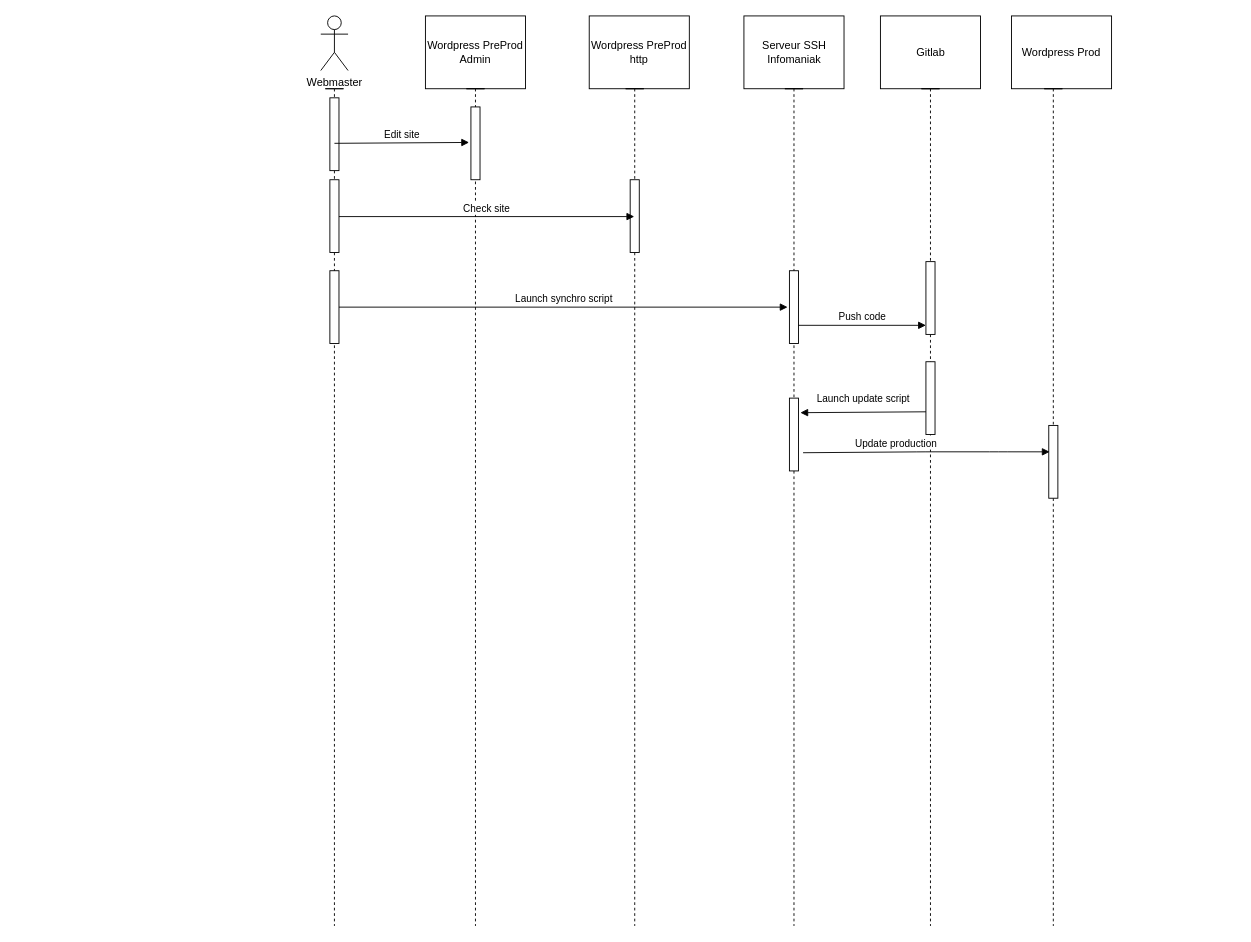
Before: gm_diagram/wordkflow-wordpress-preprod-variant.drawio in Xaviou1003/uml_diagram_draw, a draw.io diagram. Source tidied: cells renumbered, new cells numbered last; positions are measured from the earlier drawing's top-left corner, leaving out a move shared by most shapes. Both pictures are drawn from the tidied source at 91%, with x=0, y=0 at pixel (320, 15).
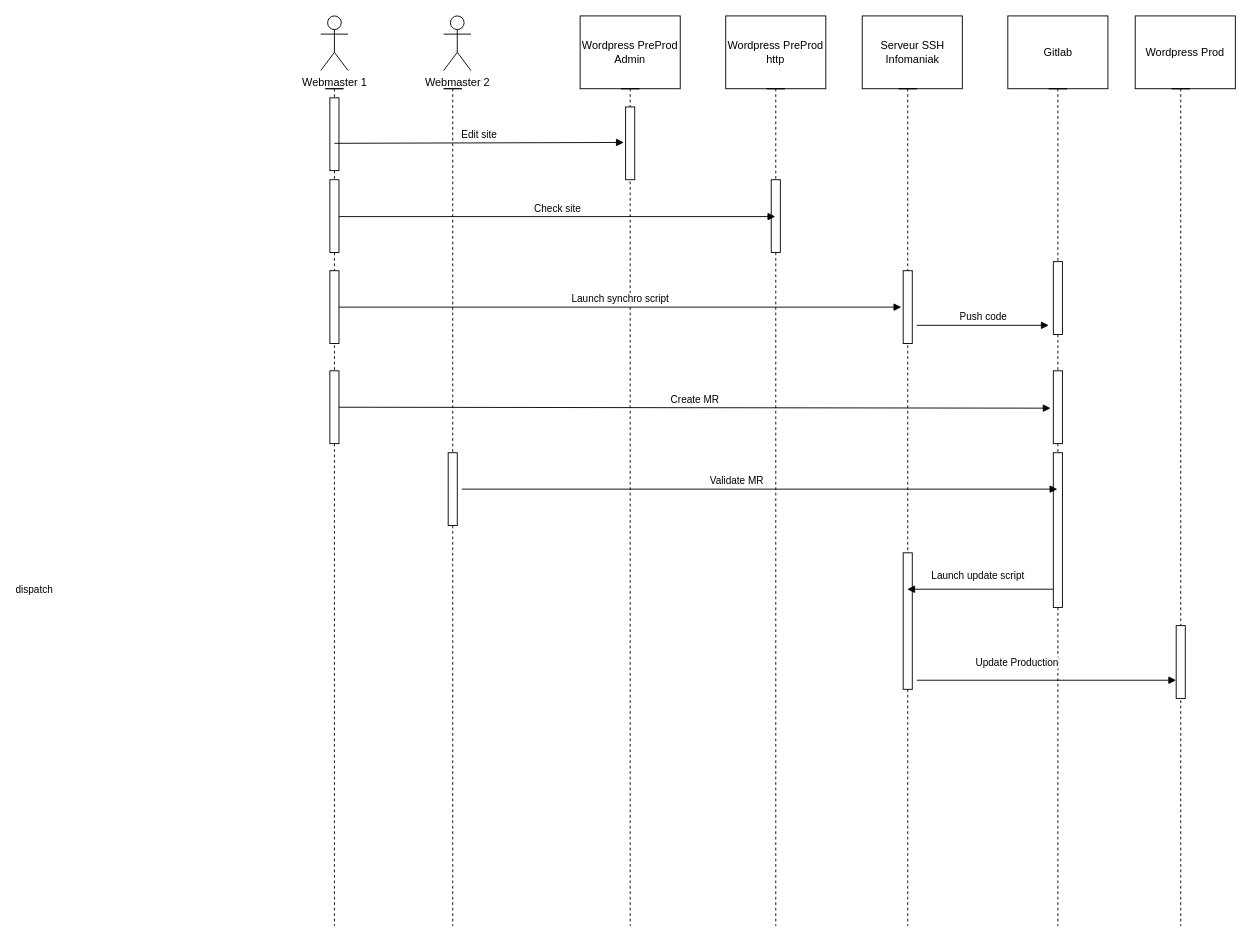
Above is the later version.

The change refers to these unchanged cells:
```xml
<mxCell id="6" style="shape=umlLifeline;participant=umlActor;perimeter=lifelinePerimeter;whiteSpace=wrap;html=1;verticalAlign=top;spacingTop=36;size=0;" parent="1" vertex="1">
  <mxGeometry x="5" y="80" width="20" height="920" as="geometry" />
</mxCell>
```

What changed in the source:
```diff
@@
     <mxCell id="2" value="Wordpress PreProd&lt;br&gt;Admin" style="rounded=0;whiteSpace=wrap;html=1;" parent="1" vertex="1">
-      <mxGeometry x="115" width="110" height="80" as="geometry" />
+      <mxGeometry x="285" width="110" height="80" as="geometry" />
     </mxCell>
     <mxCell id="3" value="Wordpress Prod" style="rounded=0;whiteSpace=wrap;html=1;" parent="1" vertex="1">
-      <mxGeometry x="759" width="110" height="80" as="geometry" />
+      <mxGeometry x="895" width="110" height="80" as="geometry" />
     </mxCell>
-    <mxCell id="4" value="Webmaster" style="shape=umlActor;verticalLabelPosition=bottom;verticalAlign=top;html=1;" parent="1" vertex="1">
+    <mxCell id="4" value="Webmaster 1" style="shape=umlActor;verticalLabelPosition=bottom;verticalAlign=top;html=1;" parent="1" vertex="1">
       <mxGeometry width="30" height="60" as="geometry" />
     </mxCell>
     <mxCell id="5" value="Serveur SSH &lt;br&gt;Infomaniak" style="html=1;" parent="1" vertex="1">
-      <mxGeometry x="465" width="110" height="80" as="geometry" />
+      <mxGeometry x="595" width="110" height="80" as="geometry" />
     </mxCell>
@@
+    <mxCell id="31" style="html=1;perimeter=orthogonalPerimeter;" parent="6" vertex="1">
+      <mxGeometry x="5" y="310" width="10" height="80" as="geometry" />
+    </mxCell>
     <mxCell id="9" style="shape=umlLifeline;participant=umlActor;perimeter=lifelinePerimeter;whiteSpace=wrap;html=1;verticalAlign=top;spacingTop=36;size=0;" parent="1" vertex="1">
-      <mxGeometry x="160" y="80" width="20" height="920" as="geometry" />
+      <mxGeometry x="330" y="80" width="20" height="920" as="geometry" />
     </mxCell>
@@
     <mxCell id="11" style="shape=umlLifeline;participant=umlActor;perimeter=lifelinePerimeter;whiteSpace=wrap;html=1;verticalAlign=top;spacingTop=36;outlineConnect=0;size=0;" parent="1" vertex="1">
-      <mxGeometry x="510" y="80" width="20" height="920" as="geometry" />
+      <mxGeometry x="635" y="80" width="20" height="920" as="geometry" />
     </mxCell>
@@
     <mxCell id="13" style="html=1;points=[];perimeter=orthogonalPerimeter;" parent="11" vertex="1">
-      <mxGeometry x="5" y="340" width="10" height="80" as="geometry" />
+      <mxGeometry x="5" y="510" width="10" height="150" as="geometry" />
     </mxCell>
     <mxCell id="14" style="shape=umlLifeline;participant=umlActor;perimeter=lifelinePerimeter;whiteSpace=wrap;html=1;verticalAlign=top;spacingTop=36;size=0;" parent="1" vertex="1">
-      <mxGeometry x="795" y="80" width="20" height="920" as="geometry" />
+      <mxGeometry x="935" y="80" width="20" height="920" as="geometry" />
     </mxCell>
     <mxCell id="15" style="html=1;points=[];perimeter=orthogonalPerimeter;" parent="14" vertex="1">
-      <mxGeometry x="5" y="370" width="10" height="80" as="geometry" />
+      <mxGeometry x="5" y="590" width="10" height="80" as="geometry" />
     </mxCell>
     <mxCell id="16" value="Wordpress PreProd&lt;br&gt;http" style="rounded=0;whiteSpace=wrap;html=1;" parent="1" vertex="1">
-      <mxGeometry x="295" width="110" height="80" as="geometry" />
+      <mxGeometry x="445" width="110" height="80" as="geometry" />
     </mxCell>
     <mxCell id="17" style="shape=umlLifeline;participant=umlActor;perimeter=lifelinePerimeter;whiteSpace=wrap;html=1;verticalAlign=top;spacingTop=36;outlineConnect=0;size=0;" parent="1" vertex="1">
-      <mxGeometry x="335" y="80" width="20" height="920" as="geometry" />
+      <mxGeometry x="490" y="80" width="20" height="920" as="geometry" />
     </mxCell>
@@
     <mxCell id="23" value="Push code" style="html=1;verticalAlign=bottom;endArrow=block;" parent="1" edge="1">
       <mxGeometry relative="1" as="geometry">
-        <mxPoint x="525" y="340" as="sourcePoint" />
-        <mxPoint x="665" y="340" as="targetPoint" />
+        <mxPoint x="655" y="340" as="sourcePoint" />
+        <mxPoint x="800" y="340" as="targetPoint" />
       </mxGeometry>
     </mxCell>
     <mxCell id="24" value="Gitlab" style="html=1;" parent="1" vertex="1">
-      <mxGeometry x="615" width="110" height="80" as="geometry" />
+      <mxGeometry x="755" width="110" height="80" as="geometry" />
     </mxCell>
     <mxCell id="25" style="shape=umlLifeline;participant=umlActor;perimeter=lifelinePerimeter;whiteSpace=wrap;html=1;verticalAlign=top;spacingTop=36;outlineConnect=0;size=0;" parent="1" vertex="1">
-      <mxGeometry x="660" y="80" width="20" height="920" as="geometry" />
+      <mxGeometry x="800" y="80" width="20" height="920" as="geometry" />
     </mxCell>
@@
-    <mxCell id="27" style="html=1;points=[];perimeter=orthogonalPerimeter;" parent="1" vertex="1">
-      <mxGeometry x="665" y="380" width="10" height="80" as="geometry" />
-    </mxCell>
+    <mxCell id="32" style="html=1;points=[];perimeter=orthogonalPerimeter;" parent="25" vertex="1">
+      <mxGeometry x="5" y="310" width="10" height="80" as="geometry" />
+    </mxCell>
+    <mxCell id="33" style="html=1;perimeter=orthogonalPerimeter;" parent="25" vertex="1">
+      <mxGeometry x="5" y="400" width="10" height="170" as="geometry" />
+    </mxCell>
-    <mxCell id="28" style="html=1;verticalAlign=bottom;endArrow=block;entryX=1.2;entryY=0.2;entryDx=0;entryDy=0;entryPerimeter=0;exitX=0;exitY=0.688;exitDx=0;exitDy=0;exitPerimeter=0;" parent="1" edge="1" source="27" target="13">
-      <mxGeometry relative="1" as="geometry" />
+    <mxCell id="28" style="html=1;verticalAlign=bottom;endArrow=block;" parent="1" edge="1" target="11">
+      <mxGeometry relative="1" as="geometry">
+        <mxPoint x="805" y="630" as="sourcePoint" />
+        <Array as="points">
+          <mxPoint x="735" y="630" />
+        </Array>
+      </mxGeometry>
     </mxCell>
@@
-    <mxCell id="30" value="Update production" style="html=1;verticalAlign=bottom;endArrow=block;entryX=0.1;entryY=0.363;entryDx=0;entryDy=0;entryPerimeter=0;" parent="1" edge="1" target="15">
-      <mxGeometry x="-0.25" relative="1" as="geometry">
-        <mxPoint x="530" y="480" as="sourcePoint" />
-        <Array as="points">
-          <mxPoint x="665" y="479" />
-          <mxPoint x="745" y="479" />
-        </Array>
-      </mxGeometry>
-    </mxCell>
+    <mxCell id="34" value="Create MR" style="html=1;verticalAlign=bottom;endArrow=block;entryX=-0.3;entryY=0.513;entryDx=0;entryDy=0;entryPerimeter=0;" parent="1" edge="1" target="32">
+      <mxGeometry relative="1" as="geometry">
+        <mxPoint x="20" y="430" as="sourcePoint" />
+      </mxGeometry>
+    </mxCell>
+    <mxCell id="35" value="Webmaster 2" style="shape=umlActor;verticalLabelPosition=bottom;verticalAlign=top;html=1;" parent="1" vertex="1">
+      <mxGeometry x="135" width="30" height="60" as="geometry" />
+    </mxCell>
+    <mxCell id="36" style="shape=umlLifeline;participant=umlActor;perimeter=lifelinePerimeter;whiteSpace=wrap;html=1;verticalAlign=top;spacingTop=36;size=0;" parent="1" vertex="1">
+      <mxGeometry x="135" y="80" width="20" height="920" as="geometry" />
+    </mxCell>
+    <mxCell id="37" style="html=1;perimeter=orthogonalPerimeter;" parent="36" vertex="1">
+      <mxGeometry x="5" y="400" width="10" height="80" as="geometry" />
+    </mxCell>
+    <mxCell id="38" value="dispatch" style="html=1;verticalAlign=bottom;endArrow=block;" parent="1" edge="1" target="25">
+      <mxGeometry x="-1" y="-485" relative="1" as="geometry">
+        <mxPoint x="155" y="520" as="sourcePoint" />
+        <mxPoint x="-470" y="-365" as="offset" />
+      </mxGeometry>
+    </mxCell>
+    <mxCell id="39" value="Validate MR" style="edgeLabel;html=1;align=center;verticalAlign=middle;" parent="38" vertex="1">
+      <mxGeometry x="-0.08" y="-2" relative="1" as="geometry">
+        <mxPoint y="-12" as="offset" />
+      </mxGeometry>
+    </mxCell>
+    <mxCell id="40" value="Update Production" style="html=1;verticalAlign=bottom;endArrow=block;" parent="1" edge="1" target="15">
+      <mxGeometry x="-0.23" y="10" relative="1" as="geometry">
+        <mxPoint x="655" y="730" as="sourcePoint" />
+      </mxGeometry>
+    </mxCell>
```
